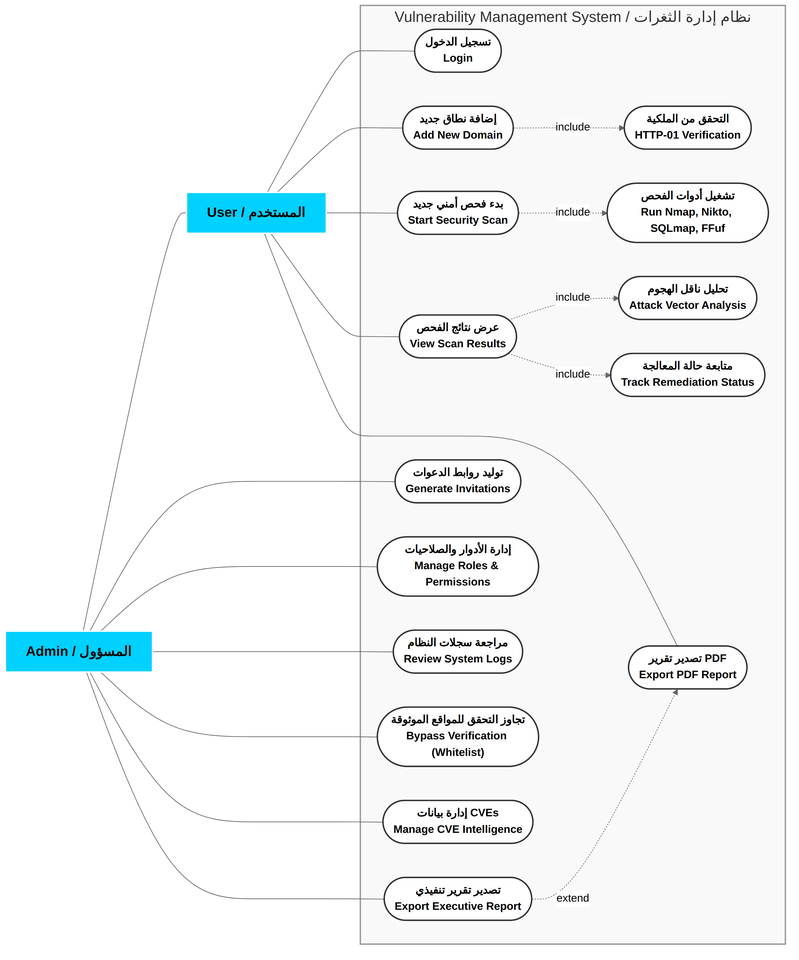
This is usecase_diagram.png from ghram210/vuln-managerno, a Mermaid export, as it was before one commit. Its source is kept beside it as usecase_diagram.mermaid.
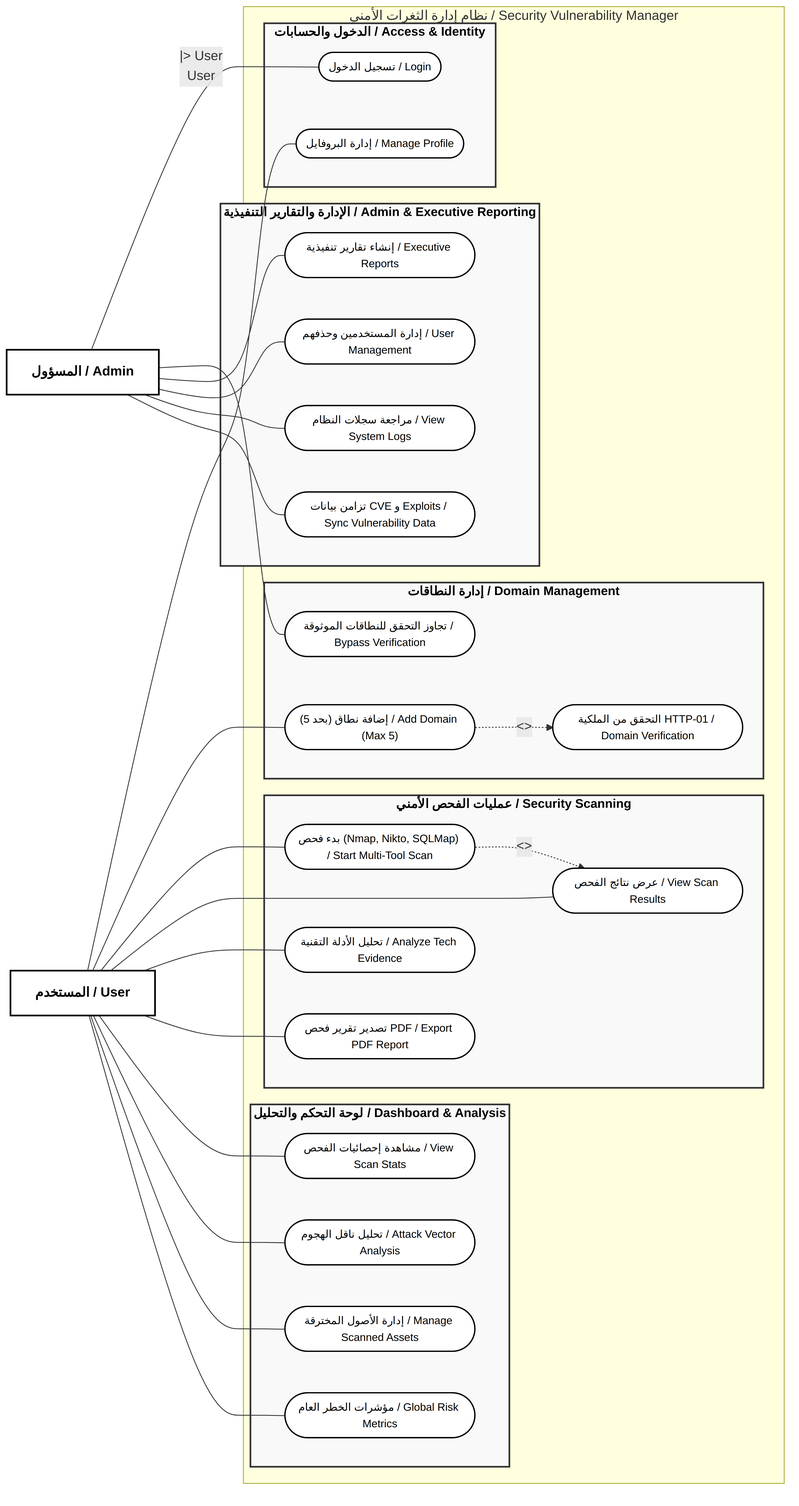
Above is the later version.

Commit message:
Add ERD and Use Case diagrams (Arabic/English)

The edit, as a diff of the source:
```diff
@@ -1,55 +1,75 @@
 graph LR
-    classDef actorStyle fill:#00d1ff,stroke:#fff,stroke-width:2px,color:#000,font-weight:bold,font-size:20px;
-    classDef usecaseStyle fill:#fff,stroke:#333,stroke-width:2px,color:#000,font-weight:bold,font-size:16px;
-    classDef packageStyle fill:#f9f9f9,stroke:#999,stroke-width:2px,color:#333,font-size:22px;
+    classDef actorStyle fill:#fff,stroke:#000,stroke-width:2px,color:#000,font-weight:bold,font-size:16px;
+    classDef usecaseStyle fill:#fff,stroke:#000,stroke-width:1.5px,color:#000,font-size:13px;
+    classDef packageStyle fill:#f9f9f9,stroke:#333,stroke-width:2px,color:#000,font-weight:bold,font-size:15px;
 
-    subgraph System ["Vulnerability Management System / نظام إدارة الثغرات"]
+    subgraph System ["نظام إدارة الثغرات الأمني / Security Vulnerability Manager"]
         direction TB
 
-        UC_Login(["<b>تسجيل الدخول</b><br/>Login"])
-        UC_Invite(["<b>توليد روابط الدعوات</b><br/>Generate Invitations"])
-        UC_Roles(["<b>إدارة الأدوار والصلاحيات</b><br/>Manage Roles & Permissions"])
-        UC_Logs(["<b>مراجعة سجلات النظام</b><br/>Review System Logs"])
+        subgraph Dashboard ["لوحة التحكم والتحليل / Dashboard & Analysis"]
+            direction TB
+            UC_Stats(["مشاهدة إحصائيات الفحص / View Scan Stats"])
+            UC_Vector(["تحليل ناقل الهجوم / Attack Vector Analysis"])
+            UC_Assets(["إدارة الأصول المخترقة / Manage Scanned Assets"])
+            UC_Risk(["مؤشرات الخطر العام / Global Risk Metrics"])
+        end
 
-        UC_AddDomain(["<b>إضافة نطاق جديد</b><br/>Add New Domain"])
-        UC_Verify(["<b>التحقق من الملكية</b><br/>HTTP-01 Verification"])
-        UC_Bypass(["<b>تجاوز التحقق للمواقع الموثوقة</b><br/>Bypass Verification (Whitelist)"])
+        subgraph Access ["الدخول والحسابات / Access & Identity"]
+            direction TB
+            UC_Login(["تسجيل الدخول / Login"])
+            UC_Profile(["إدارة البروفايل / Manage Profile"])
+        end
 
-        UC_StartScan(["<b>بدء فحص أمني جديد</b><br/>Start Security Scan"])
-        UC_RunTools(["<b>تشغيل أدوات الفحص</b><br/>Run Nmap, Nikto, SQLmap, FFuf"])
+        subgraph Domains ["إدارة النطاقات / Domain Management"]
+            direction TB
+            UC_AddDomain(["إضافة نطاق (بحد 5) / Add Domain (Max 5)"])
+            UC_Verify(["التحقق من الملكية HTTP-01 / Domain Verification"])
+            UC_Bypass(["تجاوز التحقق للنطاقات الموثوقة / Bypass Verification"])
+        end
 
-        UC_ViewResults(["<b>عرض نتائج الفحص</b><br/>View Scan Results"])
-        UC_Vector(["<b>تحليل ناقل الهجوم</b><br/>Attack Vector Analysis"])
-        UC_Remediation(["<b>متابعة حالة المعالجة</b><br/>Track Remediation Status"])
+        subgraph Scanning ["عمليات الفحص الأمني / Security Scanning"]
+            direction TB
+            UC_StartScan(["بدء فحص (Nmap, Nikto, SQLMap) / Start Multi-Tool Scan"])
+            UC_ViewResults(["عرض نتائج الفحص / View Scan Results"])
+            UC_Evidence(["تحليل الأدلة التقنية / Analyze Tech Evidence"])
+            UC_PDF(["تصدير تقرير فحص PDF / Export PDF Report"])
+        end
 
-        UC_ExportPDF(["<b>تصدير تقرير PDF</b><br/>Export PDF Report"])
-        UC_ExecReport(["<b>تصدير تقرير تنفيذي</b><br/>Export Executive Report"])
-        UC_CVE_Mgmt(["<b>إدارة بيانات CVEs</b><br/>Manage CVE Intelligence"])
+        subgraph AdminMgmt ["الإدارة والتقارير التنفيذية / Admin & Executive Reporting"]
+            direction TB
+            UC_ExecReport(["إنشاء تقارير تنفيذية / Executive Reports"])
+            UC_Users(["إدارة المستخدمين وحذفهم / User Management"])
+            UC_Logs(["مراجعة سجلات النظام / View System Logs"])
+            UC_CVE_Sync(["تزامن بيانات CVE و Exploits / Sync Vulnerability Data"])
+        end
 
-        UC_AddDomain -.->|include| UC_Verify
-        UC_StartScan -.->|include| UC_RunTools
-        UC_ViewResults -.->|include| UC_Vector
-        UC_ViewResults -.->|include| UC_Remediation
-        UC_ExecReport -.->|extend| UC_ExportPDF
+        UC_AddDomain -.->|"<<include>>"| UC_Verify
+        UC_StartScan -.->|"<<include>>"| UC_ViewResults
     end
 
-    Admin["<b>Admin / المسؤول</b>"]
-    User["<b>User / المستخدم</b>"]
+    Admin["المسؤول / Admin"]
+    User["المستخدم / User"]
+
+    Admin --|> User
 
     User --- UC_Login
+    User --- UC_Profile
     User --- UC_AddDomain
     User --- UC_StartScan
     User --- UC_ViewResults
-    User --- UC_ExportPDF
+    User --- UC_Evidence
+    User --- UC_PDF
+    User --- UC_Stats
+    User --- UC_Vector
+    User --- UC_Assets
+    User --- UC_Risk
 
-    Admin --- User
-    Admin --- UC_Invite
-    Admin --- UC_Roles
+    Admin --- UC_Bypass
+    Admin --- UC_ExecReport
+    Admin --- UC_Users
     Admin --- UC_Logs
-    Admin --- UC_Bypass
-    Admin --- UC_CVE_Mgmt
-    Admin --- UC_ExecReport
+    Admin --- UC_CVE_Sync
 
     class Admin,User actorStyle;
-    class UC_Login,UC_Invite,UC_Roles,UC_Logs,UC_AddDomain,UC_Verify,UC_Bypass,UC_StartScan,UC_RunTools,UC_ViewResults,UC_Vector,UC_Remediation,UC_ExportPDF,UC_ExecReport,UC_CVE_Mgmt usecaseStyle;
-    class System packageStyle;
+    class UC_Login,UC_Profile,UC_AddDomain,UC_Verify,UC_Bypass,UC_StartScan,UC_ViewResults,UC_Evidence,UC_PDF,UC_Stats,UC_Vector,UC_Assets,UC_Risk,UC_ExecReport,UC_Users,UC_Logs,UC_CVE_Sync usecaseStyle;
+    class Dashboard,Access,Domains,Scanning,AdminMgmt packageStyle;
```
